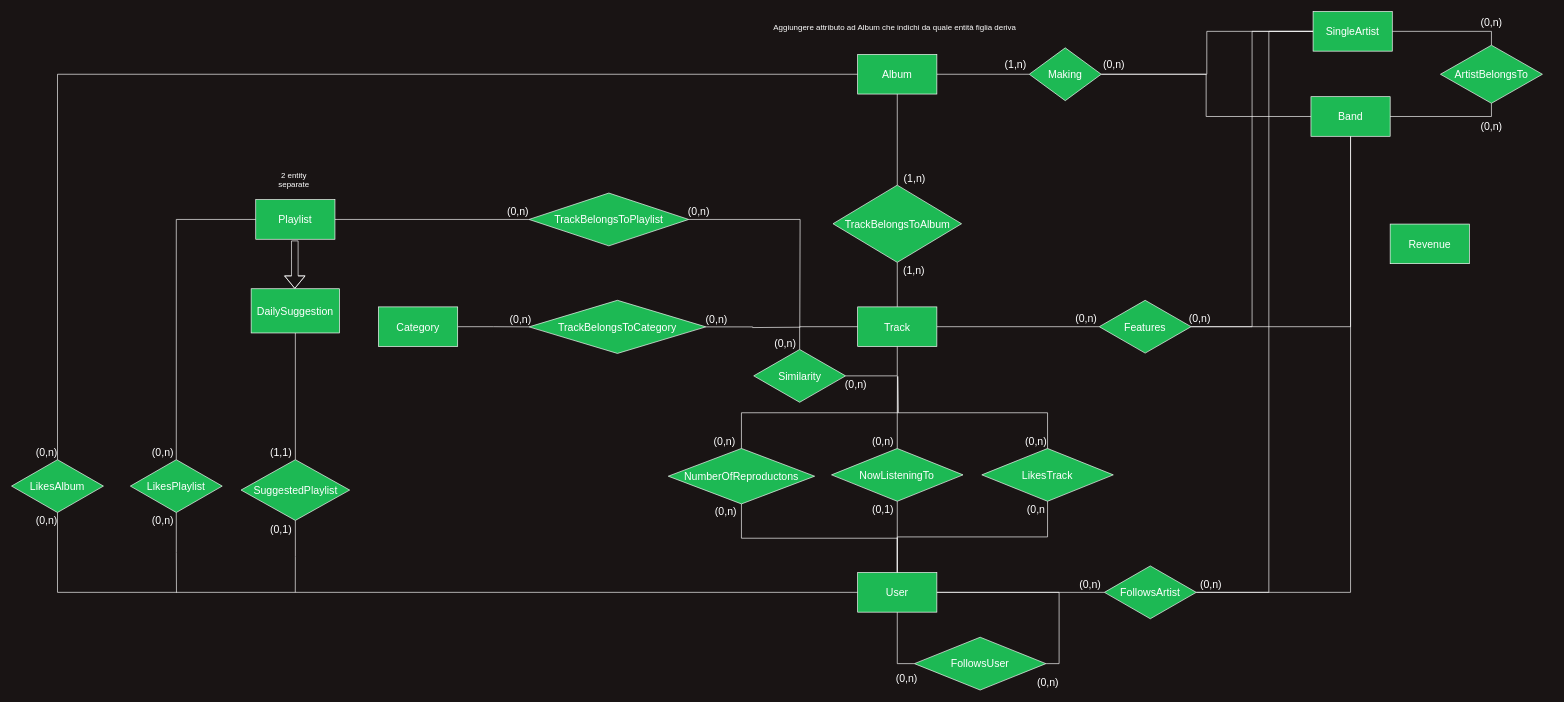
Above: Documentazione/Restructured.drawio in gabrycina/spotify-clone (draw.io), before the change. Source tidied: cells renumbered, new cells numbered last; positions are measured from the earlier drawing's top-left corner, leaving out a move shared by most shapes. Both pictures are drawn from the tidied source at 66%, with x=0, y=0 at pixel (11, 11).
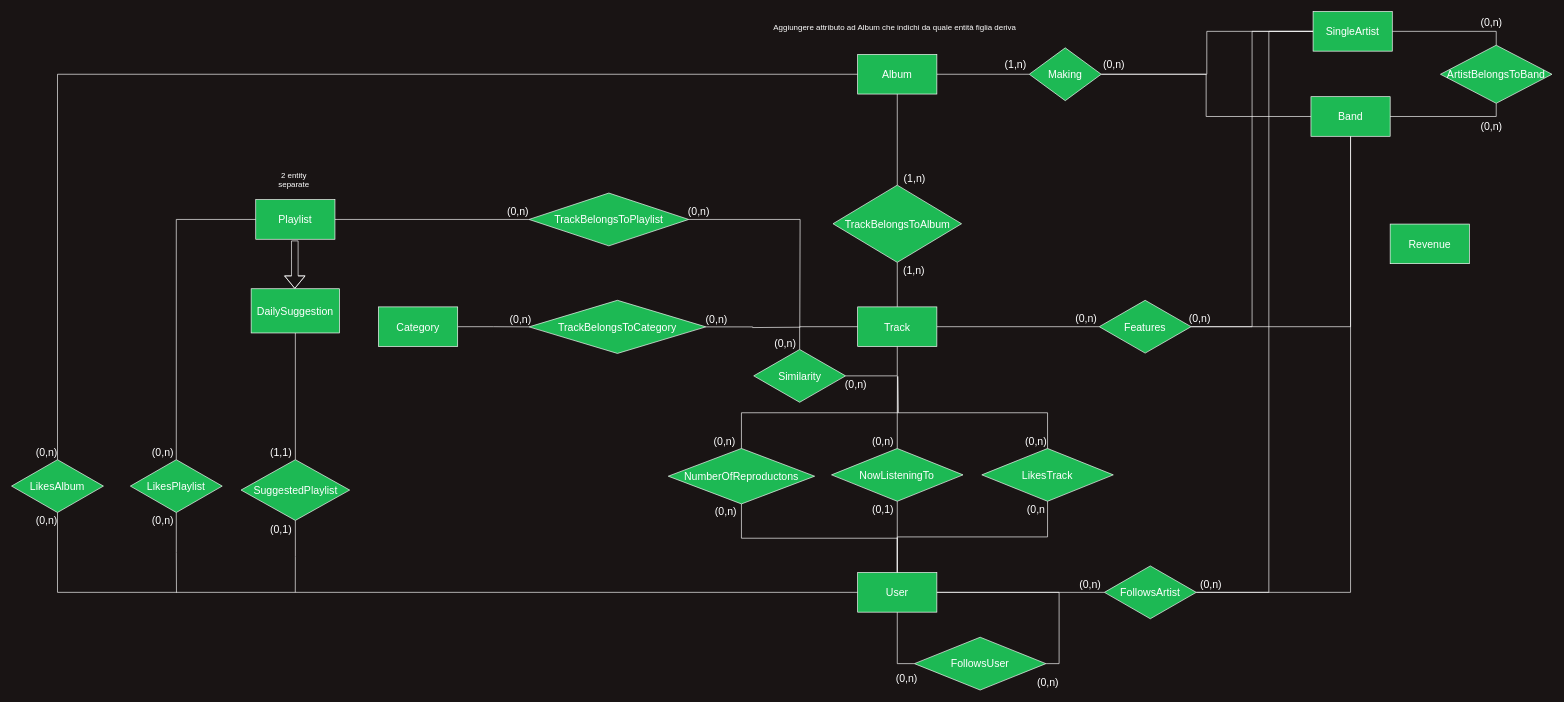
Above is the later version.

Change to the diagram source:
```diff
@@
-    <mxCell id="14" value="ArtistBelongsTo" style="rhombus;whiteSpace=wrap;html=1;shadow=0;fontSize=16;fontColor=#FFFFFF;strokeColor=#FFFFFF;fillColor=#1DB954;gradientColor=none;" parent="1" vertex="1">
-      <mxGeometry x="2165" y="51" width="154.5" height="88" as="geometry" />
+    <mxCell id="14" value="ArtistBelongsToBand" style="rhombus;whiteSpace=wrap;html=1;shadow=0;fontSize=16;fontColor=#FFFFFF;strokeColor=#FFFFFF;fillColor=#1DB954;gradientColor=none;" parent="1" vertex="1">
+      <mxGeometry x="2165" y="51" width="169" height="88" as="geometry" />
     </mxCell>
```
